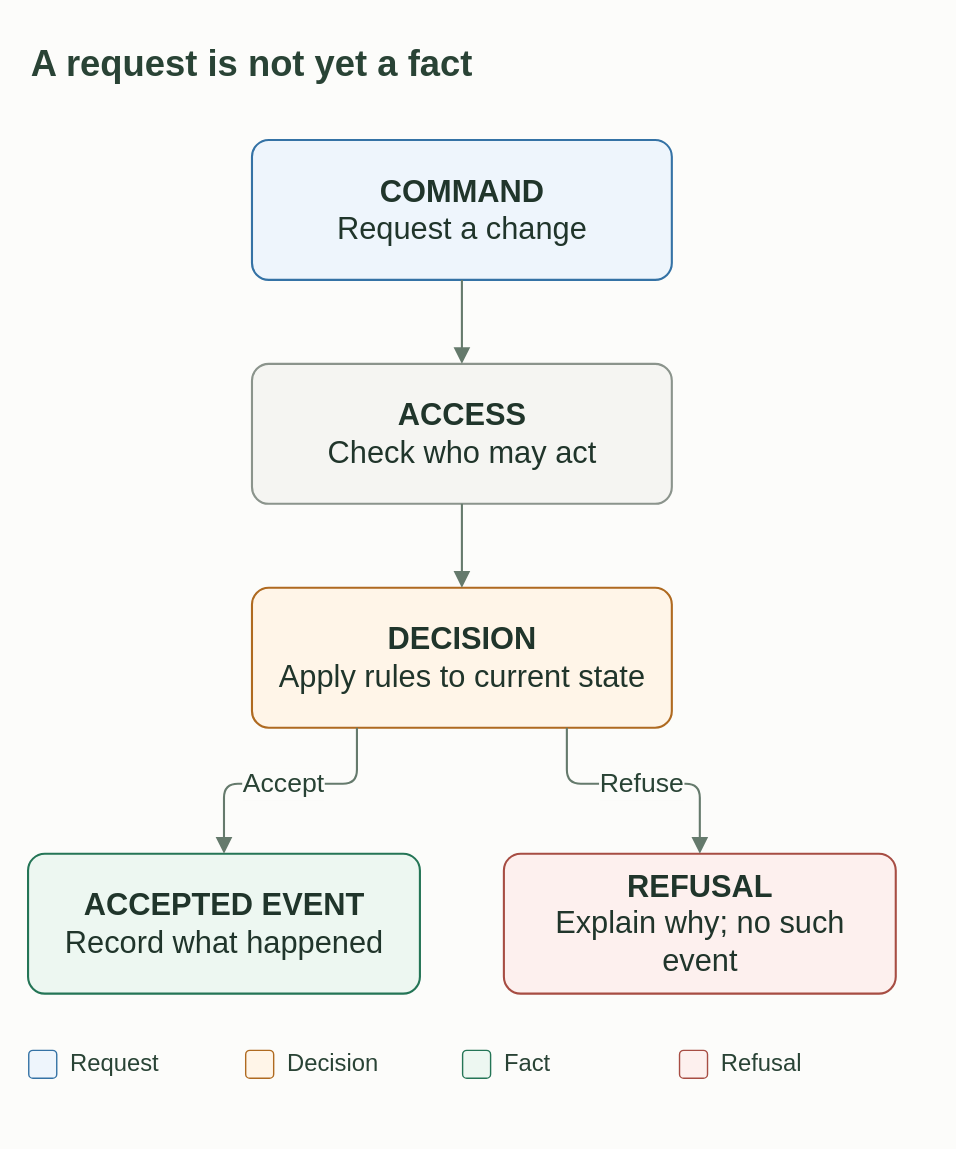
Above: website/public/diagrams/request-decision-event.svg in neohaskell/NeoHaskell (draw.io), before the change. Source tidied: cells renumbered, new cells last; positions are measured from the earlier drawing's top-left corner, leaving out a move shared by most shapes.
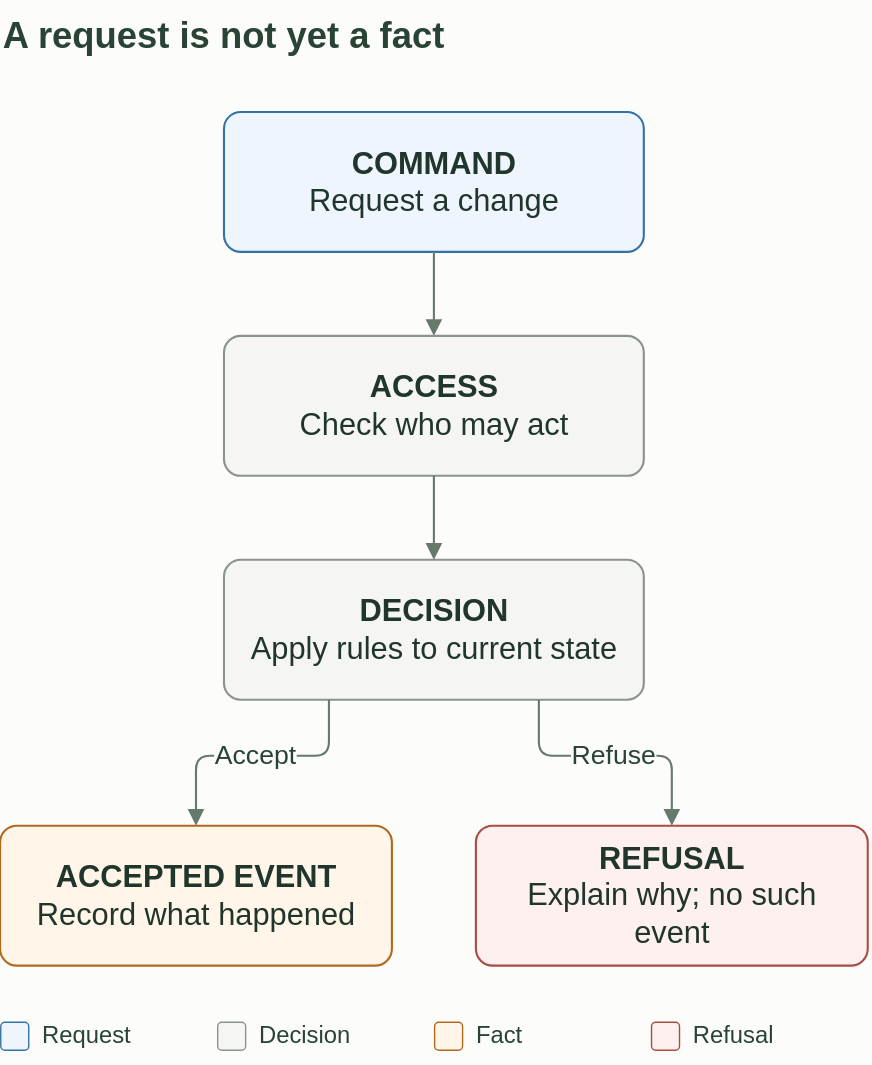
After the commit.

The edit, as a diff of the source:
```diff
@@ -11,10 +11,10 @@
     <mxCell id="4" value="&lt;b&gt;ACCESS&lt;/b&gt;&lt;br&gt;Check who may act" style="rounded=1;arcSize=12;whiteSpace=wrap;html=1;fontFamily=Helvetica;fontSize=22;fontColor=#20352B;fillColor=#F5F5F2;strokeColor=#8B948C;strokeWidth=1.5;spacing=12;" parent="1" vertex="1">
       <mxGeometry x="160" y="240" width="300" height="100" as="geometry" />
     </mxCell>
-    <mxCell id="5" value="&lt;b&gt;DECISION&lt;/b&gt;&lt;br&gt;Apply rules to current state" style="rounded=1;arcSize=12;whiteSpace=wrap;html=1;fontFamily=Helvetica;fontSize=22;fontColor=#20352B;fillColor=#FFF5E8;strokeColor=#AF6A20;strokeWidth=1.5;spacing=12;" parent="1" vertex="1">
+    <mxCell id="5" value="&lt;b&gt;DECISION&lt;/b&gt;&lt;br&gt;Apply rules to current state" style="rounded=1;arcSize=12;whiteSpace=wrap;html=1;fontFamily=Helvetica;fontSize=22;fontColor=#20352B;fillColor=#F5F5F2;strokeColor=#8B948C;strokeWidth=1.5;spacing=12;" parent="1" vertex="1">
       <mxGeometry x="160" y="400" width="300" height="100" as="geometry" />
     </mxCell>
-    <mxCell id="6" value="&lt;b&gt;ACCEPTED EVENT&lt;/b&gt;&lt;br&gt;Record what happened" style="rounded=1;arcSize=12;whiteSpace=wrap;html=1;fontFamily=Helvetica;fontSize=22;fontColor=#20352B;fillColor=#EDF7F1;strokeColor=#247556;strokeWidth=1.5;spacing=12;" parent="1" vertex="1">
+    <mxCell id="6" value="&lt;b&gt;ACCEPTED EVENT&lt;/b&gt;&lt;br&gt;Record what happened" style="rounded=1;arcSize=12;whiteSpace=wrap;html=1;fontFamily=Helvetica;fontSize=22;fontColor=#20352B;fillColor=#FFF5E8;strokeColor=#AF6A20;strokeWidth=1.5;spacing=12;" parent="1" vertex="1">
       <mxGeometry y="590" width="280" height="100" as="geometry" />
     </mxCell>
     <mxCell id="7" value="&lt;b&gt;REFUSAL&lt;/b&gt;&lt;br&gt;Explain why; no such event" style="rounded=1;arcSize=12;whiteSpace=wrap;html=1;fontFamily=Helvetica;fontSize=22;fontColor=#20352B;fillColor=#FDF0EE;strokeColor=#A74D43;strokeWidth=1.5;spacing=12;" parent="1" vertex="1">
@@ -48,13 +48,13 @@
     <mxCell id="13" value="Request" style="text;html=1;whiteSpace=wrap;align=left;verticalAlign=middle;fontFamily=Helvetica;fontSize=17;fontColor=#294335;fontStyle=0;" parent="1" vertex="1">
       <mxGeometry x="28" y="720" width="127" height="40" as="geometry" />
     </mxCell>
-    <mxCell id="14" style="rounded=1;html=1;fillColor=#FFF5E8;strokeColor=#AF6A20;" parent="1" vertex="1">
+    <mxCell id="14" style="rounded=1;html=1;fillColor=#F5F5F2;strokeColor=#8B948C;" parent="1" vertex="1">
       <mxGeometry x="155" y="730" width="20" height="20" as="geometry" />
     </mxCell>
     <mxCell id="15" value="Decision" style="text;html=1;whiteSpace=wrap;align=left;verticalAlign=middle;fontFamily=Helvetica;fontSize=17;fontColor=#294335;fontStyle=0;" parent="1" vertex="1">
       <mxGeometry x="183" y="720" width="127" height="40" as="geometry" />
     </mxCell>
-    <mxCell id="16" style="rounded=1;html=1;fillColor=#EDF7F1;strokeColor=#247556;" parent="1" vertex="1">
+    <mxCell id="16" style="rounded=1;html=1;fillColor=#FFF5E8;strokeColor=#AF6A20;" parent="1" vertex="1">
       <mxGeometry x="310" y="730" width="20" height="20" as="geometry" />
     </mxCell>
     <mxCell id="17" value="Fact" style="text;html=1;whiteSpace=wrap;align=left;verticalAlign=middle;fontFamily=Helvetica;fontSize=17;fontColor=#294335;fontStyle=0;" parent="1" vertex="1">
```
